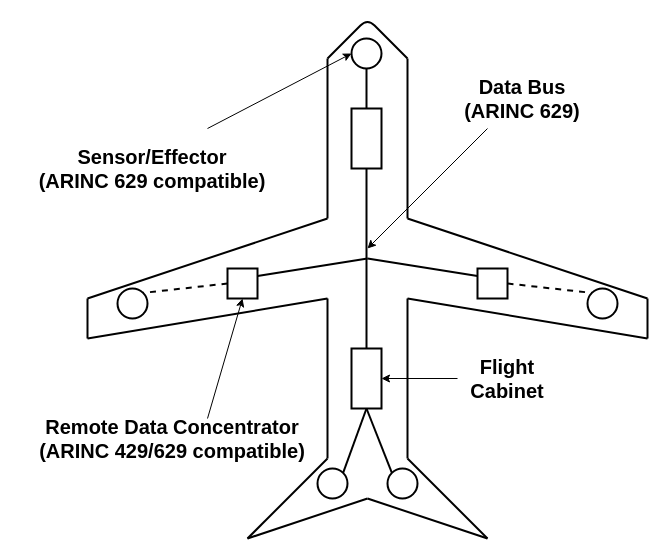
Above: drawio/ima.drawio in shibumi/master-thesis (draw.io), before the change. Source tidied: cells renumbered, new cells numbered last; positions are measured from the earlier drawing's top-left corner, leaving out a move shared by most shapes. Both pictures are drawn from the tidied source at 100%, with x=0, y=0 at pixel (17, 18).
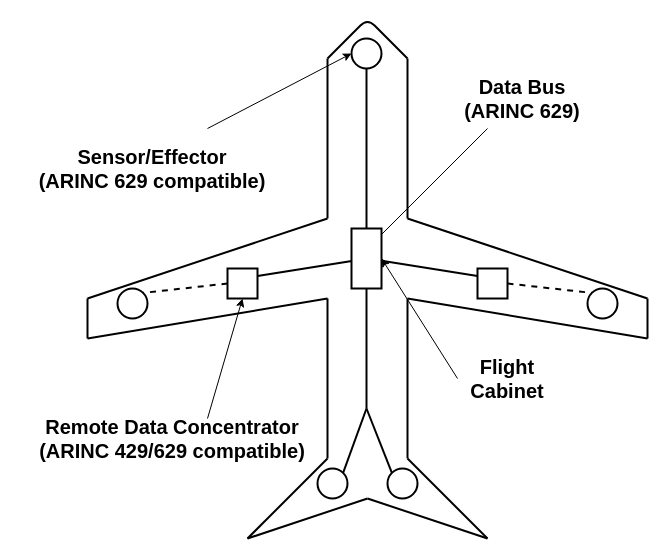
After the change.

The change refers to these unchanged cells:
```xml
<mxCell id="17" style="ellipse;whiteSpace=wrap;html=1;strokeWidth=2;" parent="1" vertex="1">
  <mxGeometry x="300" y="450" width="30" height="30" as="geometry" />
</mxCell>
<mxCell id="18" style="ellipse;whiteSpace=wrap;html=1;strokeWidth=2;" parent="1" vertex="1">
  <mxGeometry x="370" y="450" width="30" height="30" as="geometry" />
</mxCell>
<mxCell id="20" style="ellipse;whiteSpace=wrap;html=1;strokeWidth=2;" parent="1" vertex="1">
  <mxGeometry x="334" y="20" width="30" height="30" as="geometry" />
</mxCell>
```

The edit, as a diff of the source:
```diff
@@
-    <mxCell id="19" style="edgeStyle=orthogonalEdgeStyle;rounded=0;jettySize=auto;html=1;exitX=0.5;exitY=1;exitDx=0;exitDy=0;entryX=0;entryY=0.5;entryDx=0;entryDy=0;strokeWidth=2;endArrow=none;endFill=0;" parent="1" edge="1" source="20" target="26">
+    <mxCell id="19" style="edgeStyle=orthogonalEdgeStyle;rounded=0;jettySize=auto;html=1;exitX=0.5;exitY=1;exitDx=0;exitDy=0;entryX=0;entryY=0.5;entryDx=0;entryDy=0;strokeWidth=2;endArrow=none;endFill=0;" parent="1" edge="1" source="20" target="43">
       <mxGeometry relative="1" as="geometry" />
     </mxCell>
@@
-    <mxCell id="25" style="edgeStyle=orthogonalEdgeStyle;rounded=0;jettySize=auto;html=1;exitX=1;exitY=0.5;exitDx=0;exitDy=0;endArrow=none;endFill=0;strokeWidth=2;" parent="1" edge="1" source="26" target="29">
-      <mxGeometry relative="1" as="geometry" />
-    </mxCell>
-    <mxCell id="26" style="rounded=0;whiteSpace=wrap;html=1;strokeWidth=2;direction=south;" parent="1" vertex="1">
-      <mxGeometry x="334" y="90" width="30" height="60" as="geometry" />
-    </mxCell>
-    <mxCell id="27" style="rounded=0;jettySize=auto;html=1;exitX=1;exitY=0.5;exitDx=0;exitDy=0;entryX=1;entryY=0;entryDx=0;entryDy=0;endArrow=none;endFill=0;strokeWidth=2;" parent="1" edge="1" source="29" target="17">
-      <mxGeometry relative="1" as="geometry" />
+    <mxCell id="27" style="rounded=0;jettySize=auto;html=1;exitX=1;exitY=0.5;exitDx=0;exitDy=0;entryX=1;entryY=0;entryDx=0;entryDy=0;endArrow=none;endFill=0;strokeWidth=2;" parent="1" edge="1" target="17">
+      <mxGeometry relative="1" as="geometry">
+        <mxPoint x="349" y="390" as="sourcePoint" />
+      </mxGeometry>
     </mxCell>
-    <mxCell id="28" style="edgeStyle=none;rounded=0;jettySize=auto;html=1;exitX=1;exitY=0.5;exitDx=0;exitDy=0;entryX=0;entryY=0;entryDx=0;entryDy=0;endArrow=none;endFill=0;strokeWidth=2;" parent="1" edge="1" source="29" target="18">
-      <mxGeometry relative="1" as="geometry" />
+    <mxCell id="28" style="edgeStyle=none;rounded=0;jettySize=auto;html=1;exitX=1;exitY=0.5;exitDx=0;exitDy=0;entryX=0;entryY=0;entryDx=0;entryDy=0;endArrow=none;endFill=0;strokeWidth=2;" parent="1" edge="1" target="18">
+      <mxGeometry relative="1" as="geometry">
+        <mxPoint x="349" y="390" as="sourcePoint" />
+      </mxGeometry>
     </mxCell>
-    <mxCell id="29" style="rounded=0;whiteSpace=wrap;html=1;strokeWidth=2;direction=south;" parent="1" vertex="1">
-      <mxGeometry x="334" y="330" width="30" height="60" as="geometry" />
-    </mxCell>
@@
-    <mxCell id="34" style="endArrow=classic;html=1;strokeWidth=1;entryX=0.5;entryY=0;entryDx=0;entryDy=0;" parent="1" edge="1" target="29">
+    <mxCell id="34" style="endArrow=classic;html=1;strokeWidth=1;entryX=0.5;entryY=0;entryDx=0;entryDy=0;" parent="1" edge="1" target="43">
       <mxGeometry relative="1" as="geometry">
         <mxPoint x="440" y="360" as="sourcePoint" />
       </mxGeometry>
     </mxCell>
@@
+    <mxCell id="42" style="edgeStyle=orthogonalEdgeStyle;rounded=0;jettySize=auto;html=1;exitX=1;exitY=0.5;exitDx=0;exitDy=0;strokeWidth=2;endArrow=none;endFill=0;" parent="1" edge="1" source="43">
+      <mxGeometry relative="1" as="geometry">
+        <mxPoint x="349" y="390" as="targetPoint" />
+      </mxGeometry>
+    </mxCell>
+    <mxCell id="43" style="rounded=0;whiteSpace=wrap;html=1;strokeWidth=2;direction=south;" parent="1" vertex="1">
+      <mxGeometry x="334" y="210" width="30" height="60" as="geometry" />
+    </mxCell>
```
